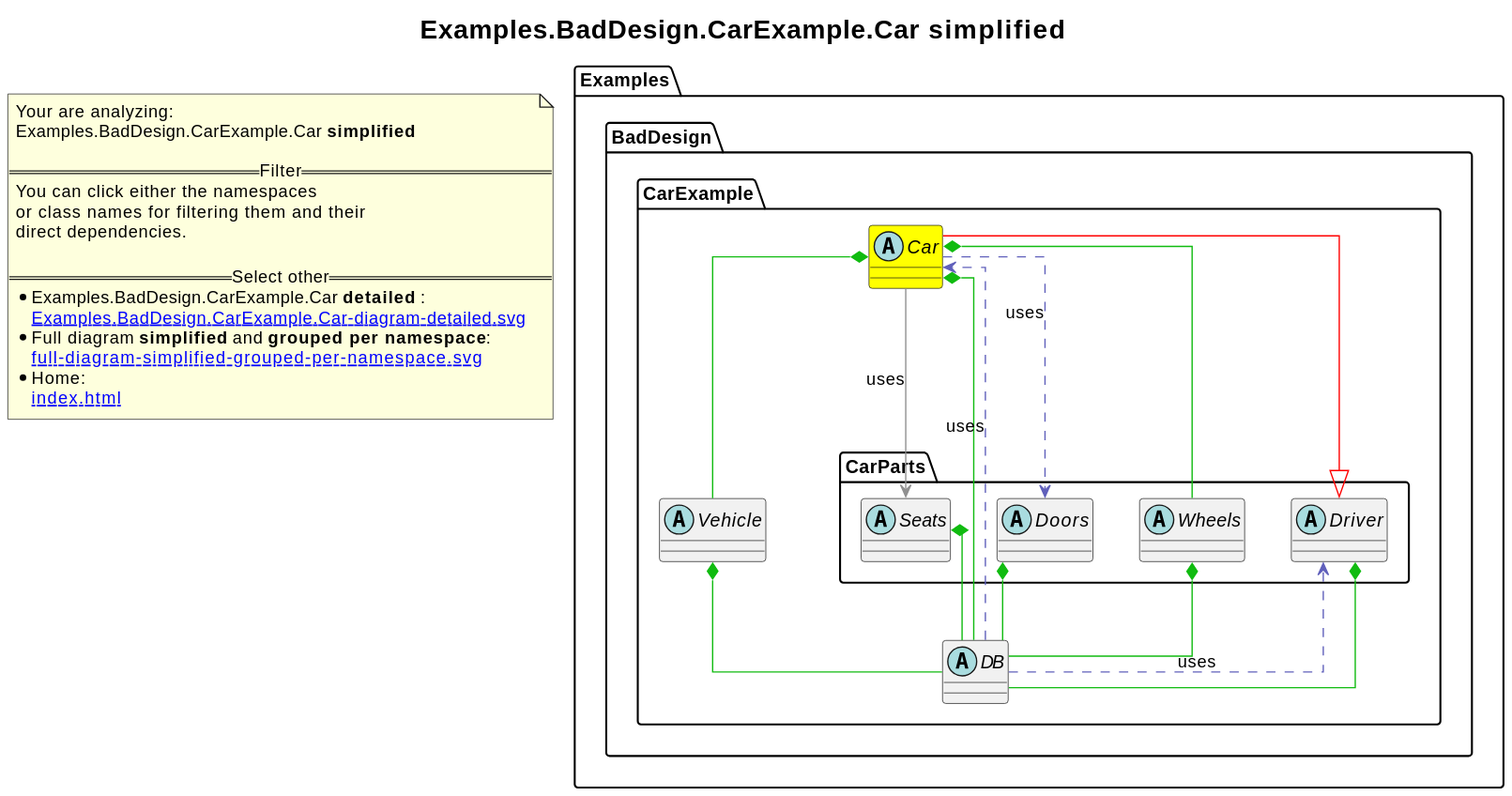
The PlantUML diagram revenger-csharp-adapter.out/Examples.BadDesign.CarExample.Car-diagram-simplified.svg in 2BlackCoffees/revenger, before a commit. Its diagram source:
```plantuml
@startuml
skinparam linetype ortho
title <size:20>Examples.BadDesign.CarExample.Car **simplified** </size>
note "Your are analyzing:\nExamples.BadDesign.CarExample.Car **simplified** \n\n==Filter==\nYou can click either the namespaces \nor class names for filtering them and their\ndirect dependencies.\n\n==Select other==\n* Examples.BadDesign.CarExample.Car **detailed** :\n   [[Examples.BadDesign.CarExample.Car-diagram-detailed.svg]]\n* Full diagram **simplified** and **grouped per namespace**:\n   [[full-diagram-simplified-grouped-per-namespace.svg]]\n* Home:\n   [[index.html]]" as FloatingNote
    abstract class Examples.BadDesign.CarExample.Car [[Examples.BadDesign.CarExample.Car-diagram-simplified.svg]] #yellow {
    }
    abstract class Examples.BadDesign.CarExample.Vehicle [[Examples.BadDesign.CarExample.Vehicle-diagram-simplified.svg]]  {
    }
    abstract class Examples.BadDesign.CarExample.DB [[Examples.BadDesign.CarExample.DB-diagram-simplified.svg]]  {
    }
      abstract class Examples.BadDesign.CarExample.CarParts.Driver [[Examples.BadDesign.CarExample.CarParts.Driver-diagram-simplified.svg]]  {
      }
      abstract class Examples.BadDesign.CarExample.CarParts.Wheels [[Examples.BadDesign.CarExample.CarParts.Wheels-diagram-simplified.svg]]  {
      }
      abstract class Examples.BadDesign.CarExample.CarParts.Doors [[Examples.BadDesign.CarExample.CarParts.Doors-diagram-simplified.svg]]  {
      }
      abstract class Examples.BadDesign.CarExample.CarParts.Seats [[Examples.BadDesign.CarExample.CarParts.Seats-diagram-simplified.svg]]  {
      }
Examples.BadDesign.CarExample.CarParts.Driver <|-[#red]- Examples.BadDesign.CarExample.Car
Examples.BadDesign.CarExample.Car *-[#10BB10]- Examples.BadDesign.CarExample.CarParts.Wheels
Examples.BadDesign.CarExample.Car *-[#10BB10]- Examples.BadDesign.CarExample.Vehicle
Examples.BadDesign.CarExample.Car *-[#10BB10]- Examples.BadDesign.CarExample.DB
Examples.BadDesign.CarExample.Car .[#6060BB].> Examples.BadDesign.CarExample.CarParts.Doors  : uses
Examples.BadDesign.CarExample.Car -[#909090]-> Examples.BadDesign.CarExample.CarParts.Seats  : uses
Examples.BadDesign.CarExample.Vehicle *-[#10BB10]- Examples.BadDesign.CarExample.DB
Examples.BadDesign.CarExample.DB .[#6060BB].> Examples.BadDesign.CarExample.CarParts.Driver  : uses
Examples.BadDesign.CarExample.DB .[#6060BB].> Examples.BadDesign.CarExample.Car  : uses
Examples.BadDesign.CarExample.CarParts.Driver *-[#10BB10]- Examples.BadDesign.CarExample.DB
Examples.BadDesign.CarExample.CarParts.Wheels *-[#10BB10]- Examples.BadDesign.CarExample.DB
Examples.BadDesign.CarExample.CarParts.Doors *-[#10BB10]- Examples.BadDesign.CarExample.DB
Examples.BadDesign.CarExample.CarParts.Seats *-[#10BB10]- Examples.BadDesign.CarExample.DB
@enduml
```
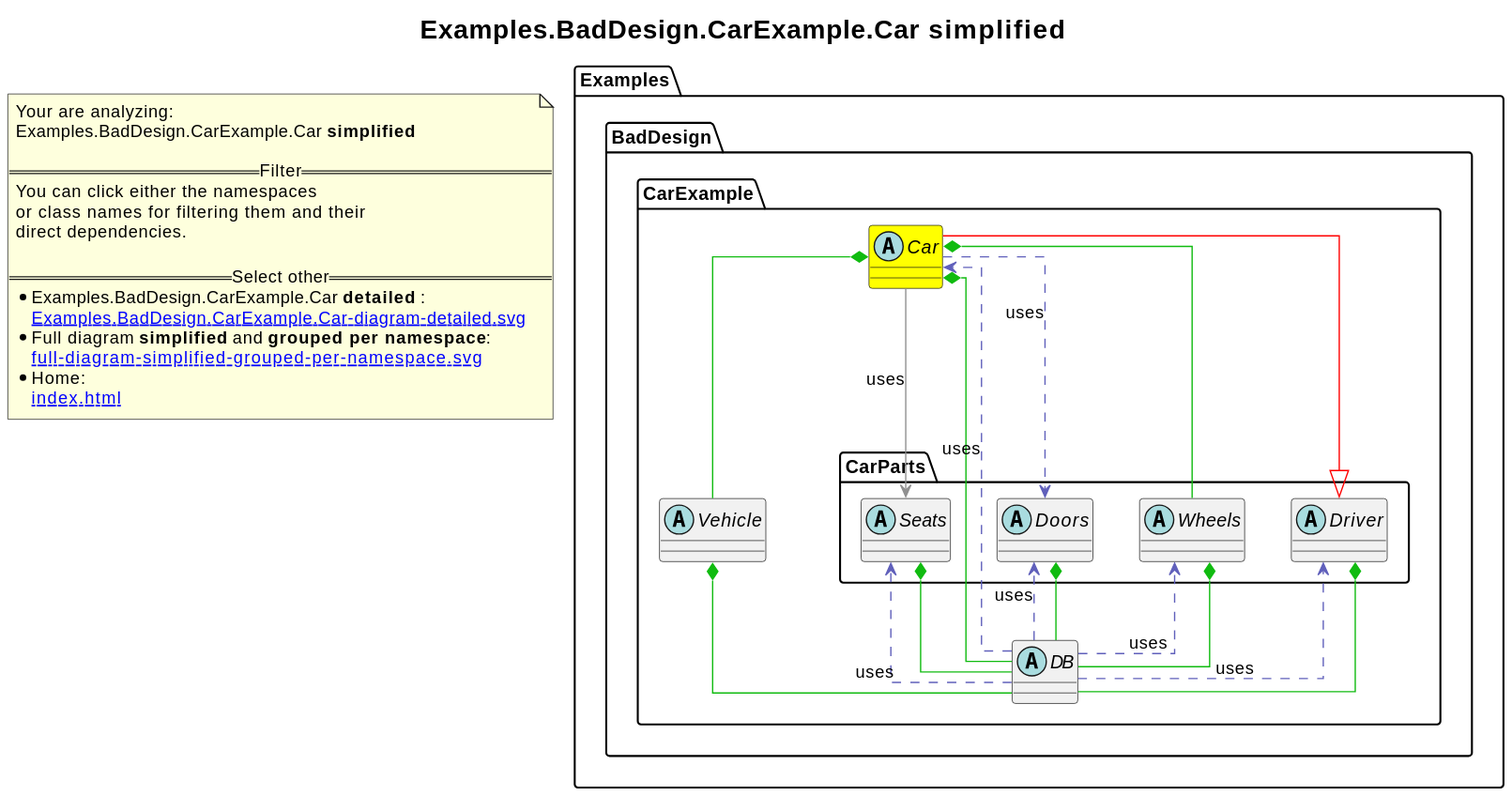
Later version of the same file.

Change to the diagram source:
```diff
@@ -23,8 +23,11 @@
 Examples.BadDesign.CarExample.Car .[#6060BB].> Examples.BadDesign.CarExample.CarParts.Doors  : uses
 Examples.BadDesign.CarExample.Car -[#909090]-> Examples.BadDesign.CarExample.CarParts.Seats  : uses
 Examples.BadDesign.CarExample.Vehicle *-[#10BB10]- Examples.BadDesign.CarExample.DB
+Examples.BadDesign.CarExample.DB .[#6060BB].> Examples.BadDesign.CarExample.Car  : uses
 Examples.BadDesign.CarExample.DB .[#6060BB].> Examples.BadDesign.CarExample.CarParts.Driver  : uses
-Examples.BadDesign.CarExample.DB .[#6060BB].> Examples.BadDesign.CarExample.Car  : uses
+Examples.BadDesign.CarExample.DB .[#6060BB].> Examples.BadDesign.CarExample.CarParts.Wheels  : uses
+Examples.BadDesign.CarExample.DB .[#6060BB].> Examples.BadDesign.CarExample.CarParts.Doors  : uses
+Examples.BadDesign.CarExample.DB .[#6060BB].> Examples.BadDesign.CarExample.CarParts.Seats  : uses
 Examples.BadDesign.CarExample.CarParts.Driver *-[#10BB10]- Examples.BadDesign.CarExample.DB
 Examples.BadDesign.CarExample.CarParts.Wheels *-[#10BB10]- Examples.BadDesign.CarExample.DB
 Examples.BadDesign.CarExample.CarParts.Doors *-[#10BB10]- Examples.BadDesign.CarExample.DB
```
